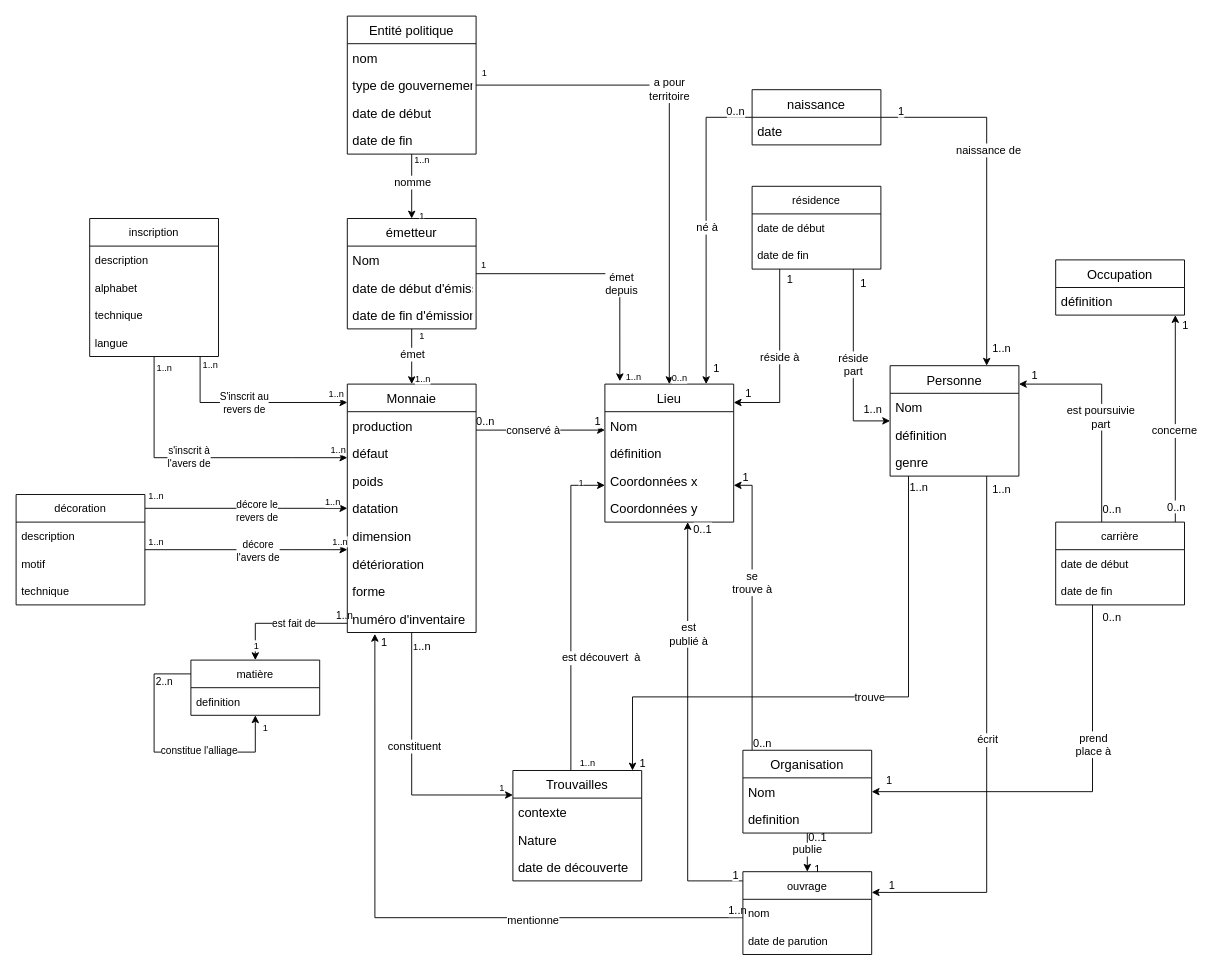
Ardwark/UNINE_Humanite_Numerique keeps this draw.io diagram as Diagramme_conceptuel_monnaie.drawio. Above is the earlier version. Source tidied: cells renumbered, new cells numbered last; positions are measured from the earlier drawing's top-left corner, leaving out a move shared by most shapes. Both pictures are drawn from the tidied source at 92%, with x=0, y=0 at pixel (16, 16).
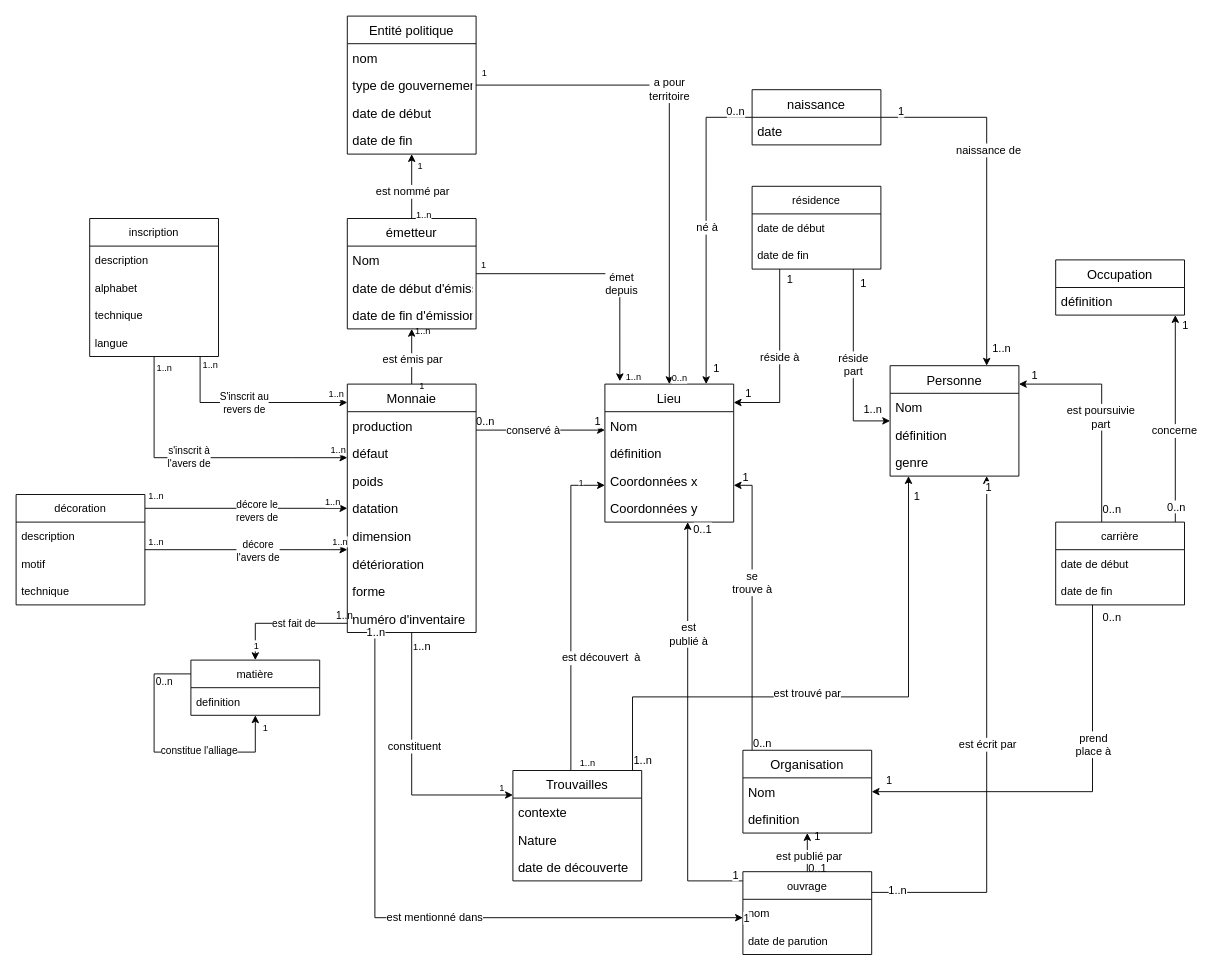
The same diagram, later.

Commit message:
Mettre à jour Diagramme_conceptuel_monnaie.drawio

Unchanged cells that the change refers to:
```xml
<mxCell id="6" value="Trouvailles" style="swimlane;fontStyle=0;horizontal=1;startSize=30;fontSize=14;" parent="1" vertex="1">
  <mxGeometry x="540" y="820" width="140" height="120" as="geometry" />
</mxCell>
<mxCell id="23" value="Personne" style="swimlane;fontStyle=0;horizontal=1;startSize=30;fontSize=14;" parent="1" vertex="1">
  <mxGeometry x="950" y="380" width="140" height="120" as="geometry" />
</mxCell>
<mxCell id="41" value="Monnaie" style="swimlane;fontStyle=0;horizontal=1;startSize=30;fontSize=14;" parent="1" vertex="1">
  <mxGeometry x="360" y="400" width="140" height="270" as="geometry" />
</mxCell>
<mxCell id="49" value="numéro d'inventaire" style="text;strokeColor=none;fillColor=none;align=left;verticalAlign=middle;spacingLeft=4;spacingRight=4;overflow=hidden;points=[[0,0.5],[1,0.5]];portConstraint=eastwest;fontSize=14;" parent="41" vertex="1">
  <mxGeometry y="240" width="140" height="30" as="geometry" />
</mxCell>
<mxCell id="58" value="émetteur" style="swimlane;fontStyle=0;horizontal=1;startSize=30;fontSize=14;html=0;" parent="1" vertex="1">
  <mxGeometry x="360" y="220" width="140" height="120" as="geometry" />
</mxCell>
<mxCell id="70" value="Entité politique" style="swimlane;fontStyle=0;horizontal=1;startSize=30;fontSize=14;html=0;" parent="1" vertex="1">
  <mxGeometry x="360" width="140" height="150" as="geometry" />
</mxCell>
<mxCell id="83" value="Organisation" style="swimlane;fontStyle=0;horizontal=1;startSize=30;labelBackgroundColor=default;fontSize=14;html=0;" parent="1" vertex="1">
  <mxGeometry x="790" y="798" width="140" height="90" as="geometry" />
</mxCell>
<mxCell id="104" value="ouvrage" style="swimlane;fontStyle=0;horizontal=1;startSize=30;labelBackgroundColor=default;fontSize=12;html=0;" parent="1" vertex="1">
  <mxGeometry x="790" y="930" width="140" height="90" as="geometry" />
</mxCell>
<mxCell id="160" style="edgeStyle=orthogonalEdgeStyle;rounded=0;orthogonalLoop=1;jettySize=auto;html=1;exitX=0;exitY=0.25;exitDx=0;exitDy=0;entryX=0.5;entryY=1;entryDx=0;entryDy=0;" parent="1" edge="1" source="158" target="158">
  <mxGeometry relative="1" as="geometry">
    <Array as="points">
      <mxPoint x="150" y="715" />
      <mxPoint x="150" y="800" />
      <mxPoint x="260" y="800" />
    </Array>
  </mxGeometry>
</mxCell>
```

Change to the diagram source:
```diff
@@
-    <mxCell id="15" style="edgeStyle=orthogonalEdgeStyle;rounded=0;jettySize=auto;html=1;fontSize=10;" parent="1" edge="1" source="23" target="6">
+    <mxCell id="15" style="edgeStyle=orthogonalEdgeStyle;rounded=0;jettySize=auto;html=1;fontSize=10;" parent="1" edge="1" source="6" target="23">
       <mxGeometry relative="1" as="geometry">
         <Array as="points">
+          <mxPoint x="670" y="740" />
           <mxPoint x="970" y="740" />
-          <mxPoint x="670" y="740" />
         </Array>
       </mxGeometry>
     </mxCell>
-    <mxCell id="16" value="trouve" style="edgeLabel;html=1;align=center;verticalAlign=middle;fontSize=12;" parent="15" vertex="1">
+    <mxCell id="16" value="est trouvé par" style="edgeLabel;html=1;align=center;verticalAlign=middle;fontSize=12;" parent="15" vertex="1">
       <mxGeometry x="-0.11" y="2" relative="1" as="geometry">
         <mxPoint x="-7" y="-2" as="offset" />
       </mxGeometry>
     </mxCell>
@@
-    <mxCell id="19" style="edgeStyle=orthogonalEdgeStyle;rounded=0;jettySize=auto;html=1;entryX=1;entryY=0.25;entryDx=0;entryDy=0;fontSize=12;exitX=0.75;exitY=1;exitDx=0;exitDy=0;" parent="1" edge="1" source="23" target="104">
+    <mxCell id="19" style="edgeStyle=orthogonalEdgeStyle;rounded=0;jettySize=auto;html=1;entryX=0.75;entryY=1;entryDx=0;entryDy=0;fontSize=12;exitX=1;exitY=0.25;exitDx=0;exitDy=0;" parent="1" edge="1" source="104" target="23">
       <mxGeometry relative="1" as="geometry" />
     </mxCell>
-    <mxCell id="20" value="écrit" style="edgeLabel;html=1;align=center;verticalAlign=middle;fontSize=12;" parent="19" vertex="1">
+    <mxCell id="20" value="est écrit par" style="edgeLabel;html=1;align=center;verticalAlign=middle;fontSize=12;" parent="19" vertex="1">
       <mxGeometry x="-0.01" relative="1" as="geometry" />
     </mxCell>
@@
-    <mxCell id="50" style="edgeStyle=orthogonalEdgeStyle;rounded=0;jettySize=auto;html=1;entryX=0.5;entryY=0;entryDx=0;entryDy=0;fontSize=10;" parent="1" edge="1" source="58" target="41">
+    <mxCell id="50" style="edgeStyle=orthogonalEdgeStyle;rounded=0;jettySize=auto;html=1;fontSize=10;exitX=0.5;exitY=0;exitDx=0;exitDy=0;" parent="1" edge="1" source="41" target="58">
       <mxGeometry relative="1" as="geometry" />
     </mxCell>
@@
-    <mxCell id="53" value="émet" style="edgeLabel;html=1;align=center;verticalAlign=middle;fontSize=12;" parent="50" vertex="1">
+    <mxCell id="53" value="est émis par" style="edgeLabel;html=1;align=center;verticalAlign=middle;fontSize=12;" parent="50" vertex="1">
       <mxGeometry x="-0.11" relative="1" as="geometry" />
     </mxCell>
@@
-    <mxCell id="62" style="edgeStyle=orthogonalEdgeStyle;rounded=0;jettySize=auto;html=1;entryX=0.5;entryY=0;entryDx=0;entryDy=0;fontSize=12;" parent="1" edge="1" source="70" target="58">
+    <mxCell id="62" style="edgeStyle=orthogonalEdgeStyle;rounded=0;jettySize=auto;html=1;fontSize=12;exitX=0.5;exitY=0;exitDx=0;exitDy=0;" parent="1" edge="1" source="58" target="70">
       <mxGeometry relative="1" as="geometry" />
     </mxCell>
-    <mxCell id="63" value="nomme " style="edgeLabel;html=1;align=center;verticalAlign=middle;fontSize=12;" parent="62" vertex="1">
+    <mxCell id="63" value="est nommé par" style="edgeLabel;html=1;align=center;verticalAlign=middle;fontSize=12;" parent="62" vertex="1">
       <mxGeometry x="-0.15" relative="1" as="geometry" />
     </mxCell>
@@
-    <mxCell id="79" style="edgeStyle=orthogonalEdgeStyle;rounded=0;jettySize=auto;html=1;entryX=0.5;entryY=0;entryDx=0;entryDy=0;fontSize=12;" parent="1" edge="1" source="83" target="104">
+    <mxCell id="79" style="edgeStyle=orthogonalEdgeStyle;rounded=0;jettySize=auto;html=1;fontSize=12;exitX=0.5;exitY=0;exitDx=0;exitDy=0;" parent="1" edge="1" source="104" target="83">
       <mxGeometry relative="1" as="geometry" />
     </mxCell>
-    <mxCell id="80" value="publie" style="edgeLabel;html=1;align=center;verticalAlign=middle;fontSize=12;" parent="79" vertex="1">
+    <mxCell id="80" value="est publié par" style="edgeLabel;html=1;align=center;verticalAlign=middle;fontSize=12;" parent="79" vertex="1">
       <mxGeometry x="-0.17" y="-1" relative="1" as="geometry" />
     </mxCell>
@@
-    <mxCell id="96" style="edgeStyle=orthogonalEdgeStyle;rounded=0;jettySize=auto;html=1;fontSize=12;entryX=0.214;entryY=1.05;entryDx=0;entryDy=0;entryPerimeter=0;" parent="1" edge="1" source="104" target="49">
-      <mxGeometry relative="1" as="geometry">
-        <Array as="points">
-          <mxPoint x="390" y="980" />
-        </Array>
-      </mxGeometry>
-    </mxCell>
-    <mxCell id="97" value="mentionne" style="edgeLabel;html=1;align=center;verticalAlign=middle;fontSize=12;" parent="96" vertex="1">
-      <mxGeometry x="-0.17" relative="1" as="geometry">
-        <mxPoint x="65" y="2" as="offset" />
-      </mxGeometry>
-    </mxCell>
-    <mxCell id="98" value="1..n" style="edgeLabel;html=1;align=center;verticalAlign=bottom;fontSize=12;" parent="96" vertex="1">
-      <mxGeometry x="-0.98" y="1" relative="1" as="geometry" />
-    </mxCell>
-    <mxCell id="99" value="1" style="edgeLabel;html=1;align=center;verticalAlign=bottom;fontSize=12;" parent="96" vertex="1">
-      <mxGeometry x="0.98" y="1" relative="1" as="geometry">
-        <mxPoint x="11" y="10" as="offset" />
-      </mxGeometry>
-    </mxCell>
@@
-    <mxCell id="163" value="2..n" style="edgeLabel;html=1;align=center;verticalAlign=bottom;" parent="160" vertex="1">
+    <mxCell id="163" value="0..n" style="edgeLabel;html=1;align=center;verticalAlign=bottom;" parent="160" vertex="1">
       <mxGeometry x="-0.94" y="2" relative="1" as="geometry">
         <mxPoint x="-22" y="15" as="offset" />
       </mxGeometry>
     </mxCell>
+    <mxCell id="96" style="edgeStyle=orthogonalEdgeStyle;rounded=0;jettySize=auto;html=1;fontSize=12;exitX=0.214;exitY=1.05;exitDx=0;exitDy=0;exitPerimeter=0;" parent="1" edge="1" source="49" target="104">
+      <mxGeometry relative="1" as="geometry">
+        <Array as="points">
+          <mxPoint x="390" y="980" />
+        </Array>
+      </mxGeometry>
+    </mxCell>
+    <mxCell id="97" value="est mentionné dans" style="edgeLabel;html=1;align=center;verticalAlign=middle;fontSize=12;" parent="96" vertex="1">
+      <mxGeometry x="-0.17" relative="1" as="geometry">
+        <mxPoint x="65" y="14" as="offset" />
+      </mxGeometry>
+    </mxCell>
+    <mxCell id="98" value="1..n" style="edgeLabel;html=1;align=center;verticalAlign=bottom;fontSize=12;" parent="96" vertex="1">
+      <mxGeometry x="-0.98" y="1" relative="1" as="geometry" />
+    </mxCell>
+    <mxCell id="99" value="1" style="edgeLabel;html=1;align=center;verticalAlign=bottom;fontSize=12;" parent="96" vertex="1">
+      <mxGeometry x="0.98" y="1" relative="1" as="geometry">
+        <mxPoint x="11" y="10" as="offset" />
+      </mxGeometry>
+    </mxCell>
```
